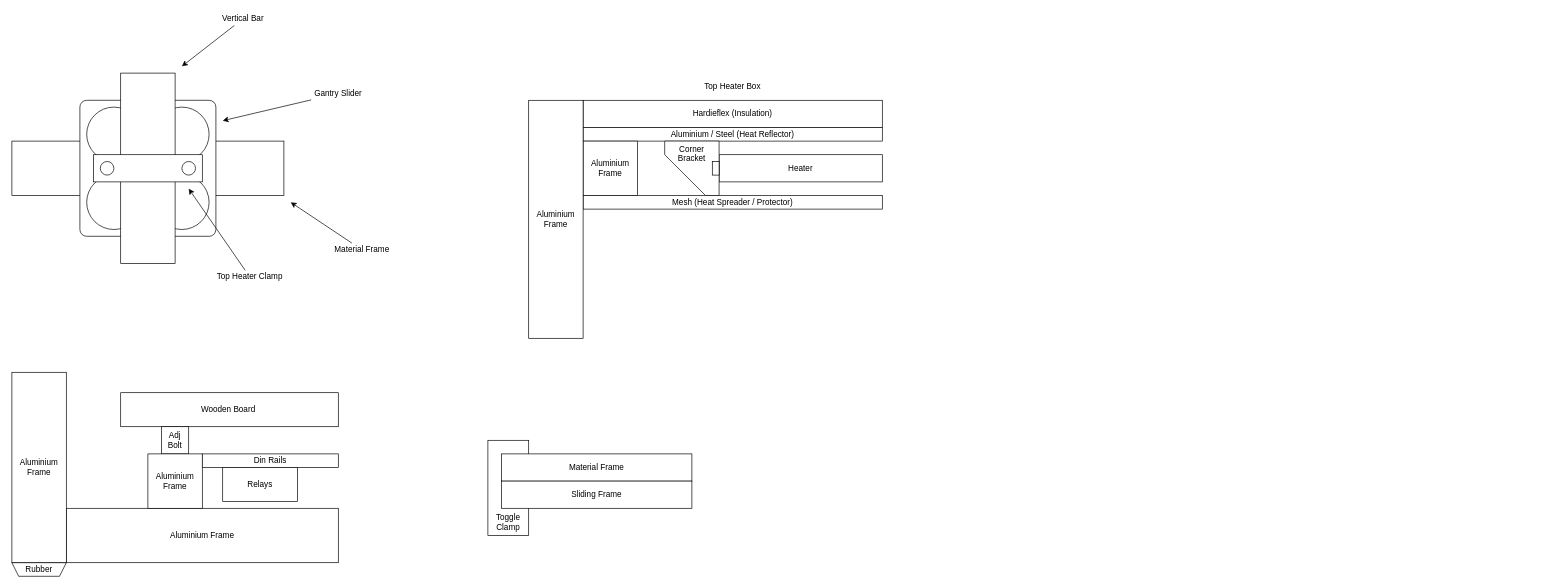
Before: page "Brainstorm" (2 of 2) of Documents/Vacuum Former V5-1.drawio in XCR1793/Vacuum-Former, a draw.io diagram. Source tidied: cells renumbered, new cells numbered last; positions are measured from the earlier drawing's top-left corner, leaving out a move shared by most shapes. Both pictures are drawn from the tidied source at 68%, with x=0, y=0 at pixel (12, 12).
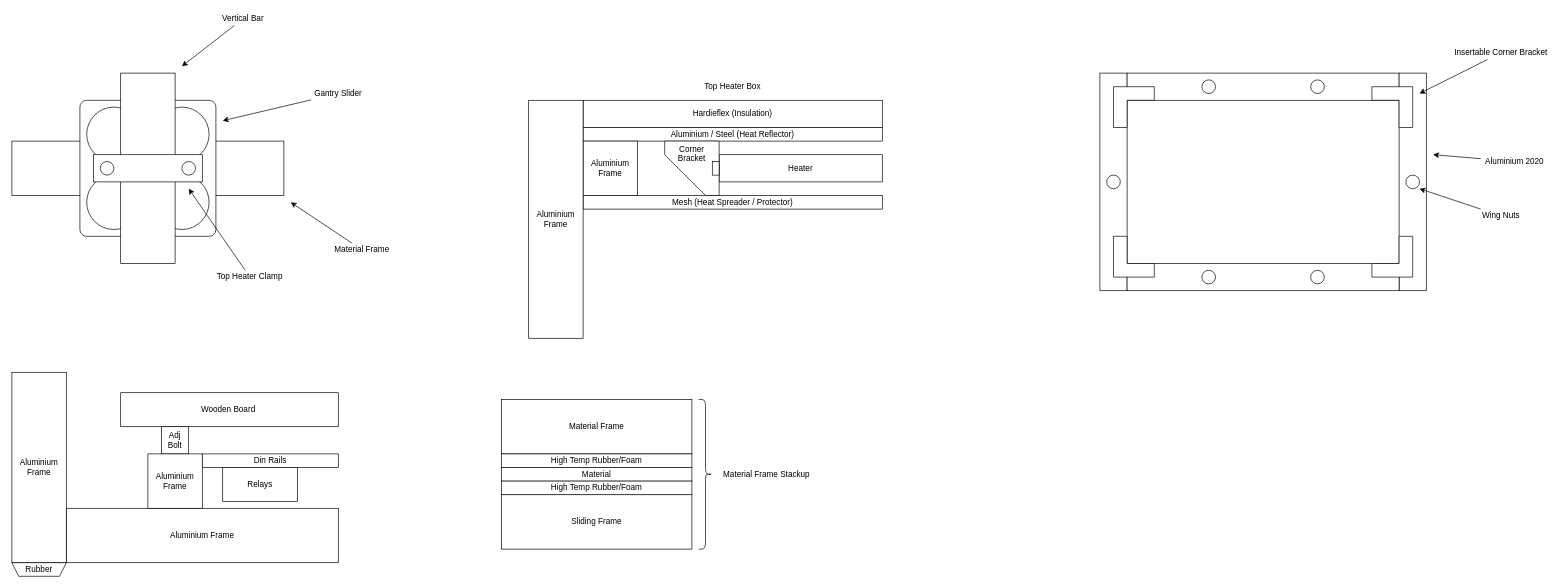
The same page after the edit.

Commit message:
Worked out material clamping

Diff of the diagram source:
```diff
@@
-    <mxCell id="37" value="&lt;div&gt;&lt;br&gt;&lt;/div&gt;&lt;div&gt;&lt;br&gt;&lt;/div&gt;&lt;div&gt;&lt;br&gt;&lt;/div&gt;&lt;div&gt;&lt;br&gt;&lt;/div&gt;&lt;div&gt;&lt;br&gt;&lt;/div&gt;&lt;div&gt;&lt;br&gt;&lt;/div&gt;&lt;div&gt;&lt;br&gt;&lt;/div&gt;Toggle&lt;div&gt;Clamp&lt;/div&gt;" style="rounded=0;whiteSpace=wrap;html=1;" parent="1" vertex="1">
-      <mxGeometry x="700" y="630" width="60" height="140" as="geometry" />
-    </mxCell>
     <mxCell id="38" value="Material Frame" style="rounded=0;whiteSpace=wrap;html=1;" parent="1" vertex="1">
-      <mxGeometry x="720" y="650" width="280" height="40" as="geometry" />
+      <mxGeometry x="720" y="570" width="280" height="80" as="geometry" />
     </mxCell>
     <mxCell id="39" value="Sliding Frame" style="rounded=0;whiteSpace=wrap;html=1;" parent="1" vertex="1">
-      <mxGeometry x="720" y="690" width="280" height="40" as="geometry" />
+      <mxGeometry x="720" y="710" width="280" height="80" as="geometry" />
     </mxCell>
+    <mxCell id="40" value="Material" style="rounded=0;whiteSpace=wrap;html=1;" parent="1" vertex="1">
+      <mxGeometry x="720" y="670" width="280" height="20" as="geometry" />
+    </mxCell>
+    <mxCell id="41" value="High Temp Rubber/Foam" style="rounded=0;whiteSpace=wrap;html=1;" parent="1" vertex="1">
+      <mxGeometry x="720" y="650" width="280" height="20" as="geometry" />
+    </mxCell>
+    <mxCell id="42" value="High Temp Rubber/Foam" style="rounded=0;whiteSpace=wrap;html=1;" parent="1" vertex="1">
+      <mxGeometry x="720" y="690" width="280" height="20" as="geometry" />
+    </mxCell>
+    <mxCell id="43" value="Material Frame Stackup" style="text;html=1;align=center;verticalAlign=middle;whiteSpace=wrap;rounded=0;" parent="1" vertex="1">
+      <mxGeometry x="1040" y="670" width="140" height="20" as="geometry" />
+    </mxCell>
+    <mxCell id="44" style="shape=curlyBracket;whiteSpace=wrap;html=1;rounded=1;flipH=1;labelPosition=right;verticalLabelPosition=middle;align=left;verticalAlign=middle;" parent="1" vertex="1">
+      <mxGeometry x="1010" y="570" width="20" height="220" as="geometry" />
+    </mxCell>
+    <mxCell id="45" style="rounded=0;whiteSpace=wrap;html=1;" parent="1" vertex="1">
+      <mxGeometry x="1600" y="90" width="40" height="320" as="geometry" />
+    </mxCell>
+    <mxCell id="46" style="rounded=0;whiteSpace=wrap;html=1;" parent="1" vertex="1">
+      <mxGeometry x="1640" y="90" width="400" height="40" as="geometry" />
+    </mxCell>
+    <mxCell id="47" style="rounded=0;whiteSpace=wrap;html=1;" parent="1" vertex="1">
+      <mxGeometry x="2040" y="90" width="40" height="320" as="geometry" />
+    </mxCell>
+    <mxCell id="48" style="rounded=0;whiteSpace=wrap;html=1;" parent="1" vertex="1">
+      <mxGeometry x="1640" y="370" width="400" height="40" as="geometry" />
+    </mxCell>
+    <mxCell id="49" style="shape=corner;whiteSpace=wrap;html=1;" parent="1" vertex="1">
+      <mxGeometry x="1620" y="110" width="60" height="60" as="geometry" />
+    </mxCell>
+    <mxCell id="50" style="shape=corner;whiteSpace=wrap;html=1;direction=south;" parent="1" vertex="1">
+      <mxGeometry x="2000" y="110" width="60" height="60" as="geometry" />
+    </mxCell>
+    <mxCell id="51" style="shape=corner;whiteSpace=wrap;html=1;direction=west;" parent="1" vertex="1">
+      <mxGeometry x="2000" y="330" width="60" height="60" as="geometry" />
+    </mxCell>
+    <mxCell id="52" style="shape=corner;whiteSpace=wrap;html=1;direction=north;" parent="1" vertex="1">
+      <mxGeometry x="1620" y="330" width="60" height="60" as="geometry" />
+    </mxCell>
+    <mxCell id="53" style="ellipse;whiteSpace=wrap;html=1;" parent="1" vertex="1">
+      <mxGeometry x="1610" y="240" width="20" height="20" as="geometry" />
+    </mxCell>
+    <mxCell id="54" style="ellipse;whiteSpace=wrap;html=1;" parent="1" vertex="1">
+      <mxGeometry x="1750" y="100" width="20" height="20" as="geometry" />
+    </mxCell>
+    <mxCell id="55" style="ellipse;whiteSpace=wrap;html=1;" parent="1" vertex="1">
+      <mxGeometry x="1910" y="100" width="20" height="20" as="geometry" />
+    </mxCell>
+    <mxCell id="56" style="ellipse;whiteSpace=wrap;html=1;" parent="1" vertex="1">
+      <mxGeometry x="2050" y="240" width="20" height="20" as="geometry" />
+    </mxCell>
+    <mxCell id="57" style="ellipse;whiteSpace=wrap;html=1;" parent="1" vertex="1">
+      <mxGeometry x="1910" y="380" width="20" height="20" as="geometry" />
+    </mxCell>
+    <mxCell id="58" style="ellipse;whiteSpace=wrap;html=1;" parent="1" vertex="1">
+      <mxGeometry x="1750" y="380" width="20" height="20" as="geometry" />
+    </mxCell>
+    <mxCell id="59" value="Insertable Corner Bracket" style="text;html=1;align=center;verticalAlign=middle;whiteSpace=wrap;rounded=0;" parent="1" vertex="1">
+      <mxGeometry x="2120" y="50" width="140" height="20" as="geometry" />
+    </mxCell>
+    <mxCell id="60" style="endArrow=classic;html=1;rounded=0;" parent="1" edge="1" source="59">
+      <mxGeometry relative="1" as="geometry">
+        <mxPoint x="2070" y="120" as="targetPoint" />
+      </mxGeometry>
+    </mxCell>
+    <mxCell id="61" value="Aluminium 2020" style="text;html=1;align=center;verticalAlign=middle;whiteSpace=wrap;rounded=0;" parent="1" vertex="1">
+      <mxGeometry x="2160" y="210" width="100" height="20" as="geometry" />
+    </mxCell>
+    <mxCell id="62" style="endArrow=classic;html=1;rounded=0;" parent="1" edge="1" source="61">
+      <mxGeometry relative="1" as="geometry">
+        <mxPoint x="2090" y="210" as="targetPoint" />
+      </mxGeometry>
+    </mxCell>
+    <mxCell id="63" value="Wing Nuts" style="text;html=1;align=center;verticalAlign=middle;whiteSpace=wrap;rounded=0;" parent="1" vertex="1">
+      <mxGeometry x="2160" y="290" width="60" height="20" as="geometry" />
+    </mxCell>
+    <mxCell id="64" style="endArrow=classic;html=1;rounded=0;" parent="1" edge="1" source="63">
+      <mxGeometry relative="1" as="geometry">
+        <mxPoint x="2070" y="260" as="targetPoint" />
+      </mxGeometry>
+    </mxCell>
```
